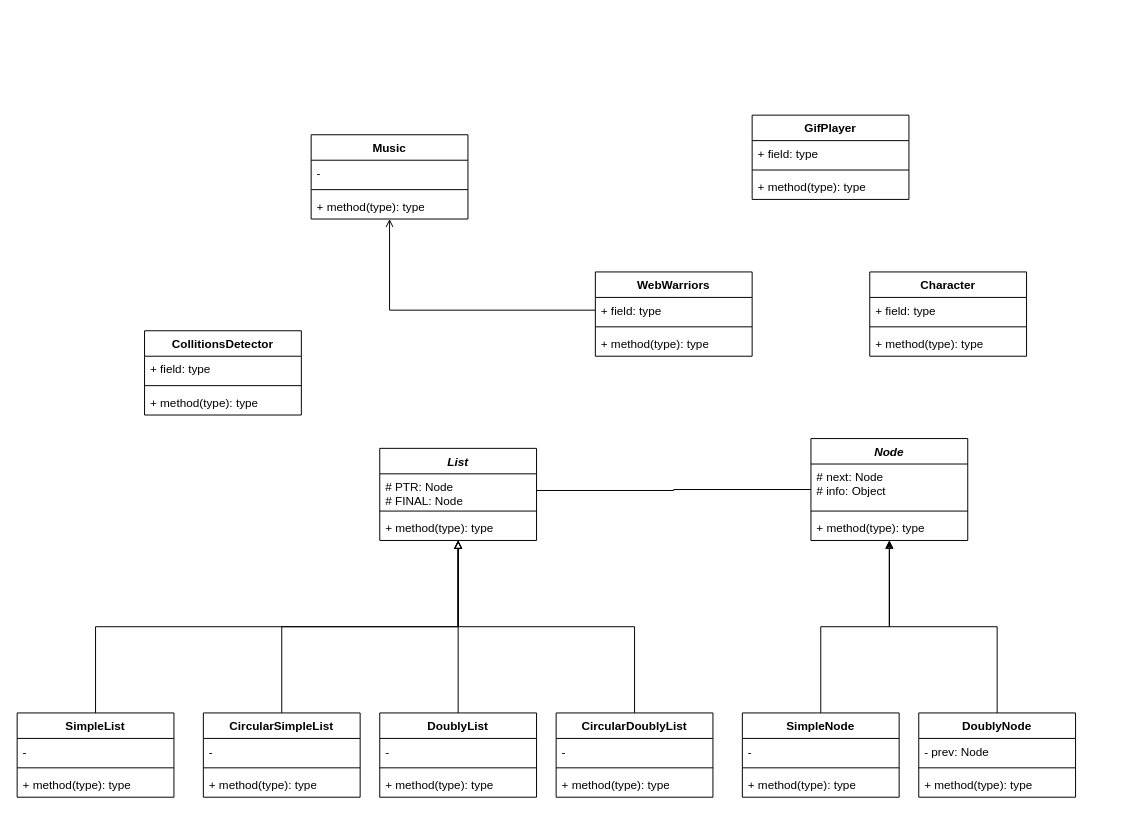
The draw.io diagram Web warriors.drawio in Ally2403/Web-Warriors, before the edit. Source tidied: cells renumbered, new cells numbered last; positions are measured from the earlier drawing's top-left corner, leaving out a move shared by most shapes. Both pictures are drawn from the tidied source at 98%, with x=0, y=0 at pixel (17, 115).
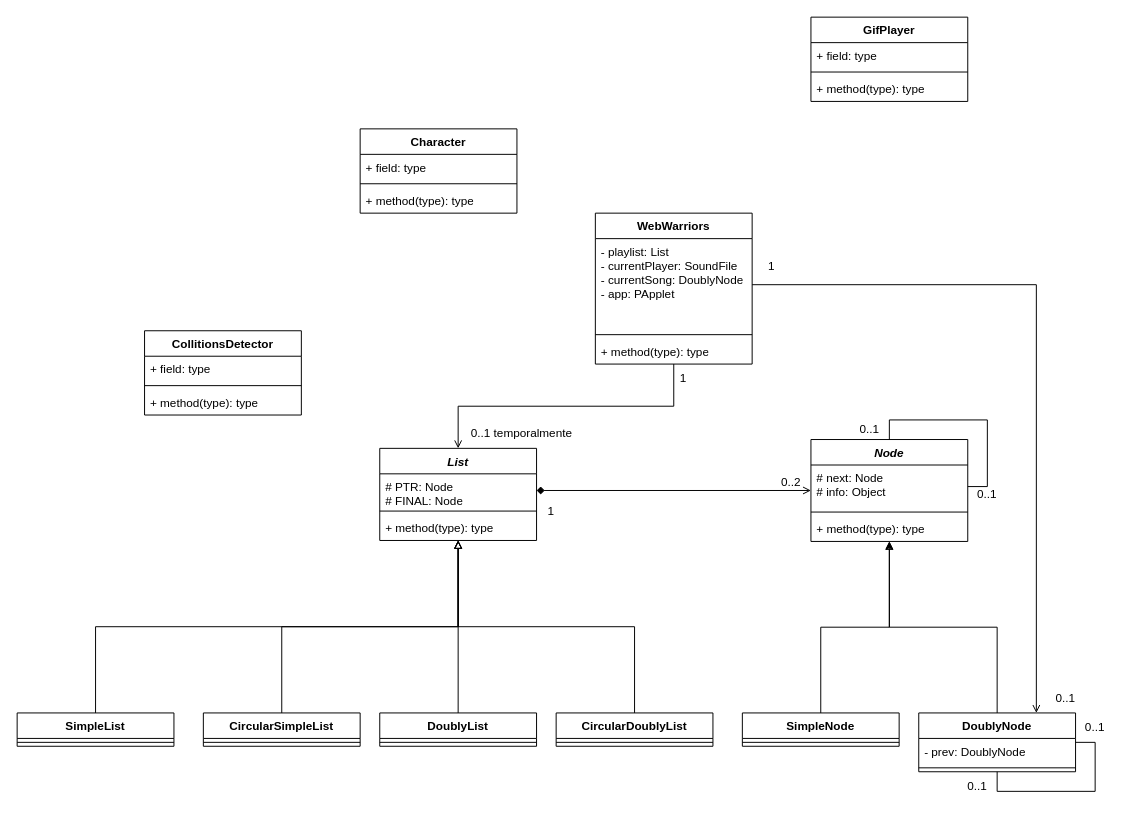
Above is the later version.

Unchanged cells that the change refers to:
```xml
<mxCell id="6" value="&lt;i&gt;List&lt;/i&gt;" style="swimlane;fontStyle=1;align=center;verticalAlign=top;horizontal=1;startSize=26;whiteSpace=wrap;html=1;" parent="1" vertex="1">
  <mxGeometry x="370" y="340" width="160" height="94" as="geometry" />
</mxCell>
<mxCell id="7" value="# PTR: Node&lt;div&gt;# FINAL: Node&lt;/div&gt;" style="text;strokeColor=none;fillColor=none;align=left;verticalAlign=top;spacingLeft=4;spacingRight=4;overflow=hidden;points=[[0,0.5],[1,0.5]];portConstraint=eastwest;whiteSpace=wrap;html=1;" parent="6" vertex="1">
  <mxGeometry y="26" width="160" height="34" as="geometry" />
</mxCell>
<mxCell id="21" value="# next: Node&lt;div&gt;# info: Object&lt;/div&gt;" style="text;strokeColor=none;fillColor=none;align=left;verticalAlign=top;spacingLeft=4;spacingRight=4;overflow=hidden;points=[[0,0.5],[1,0.5]];portConstraint=eastwest;whiteSpace=wrap;html=1;" parent="20" vertex="1">
  <mxGeometry y="26" width="160" height="44" as="geometry" />
</mxCell>
```

What changed in the source:
```diff
@@
     <mxCell id="2" value="WebWarriors" style="swimlane;fontStyle=1;align=center;verticalAlign=top;horizontal=1;startSize=26;whiteSpace=wrap;html=1;" parent="1" vertex="1">
-      <mxGeometry x="590" y="160" width="160" height="86" as="geometry" />
+      <mxGeometry x="590" y="100" width="160" height="154" as="geometry" />
     </mxCell>
-    <mxCell id="3" value="+ field: type" style="text;strokeColor=none;fillColor=none;align=left;verticalAlign=top;spacingLeft=4;spacingRight=4;overflow=hidden;points=[[0,0.5],[1,0.5]];portConstraint=eastwest;whiteSpace=wrap;html=1;" parent="2" vertex="1">
-      <mxGeometry y="26" width="160" height="26" as="geometry" />
+    <mxCell id="3" value="- playlist: List&lt;div&gt;- currentPlayer: SoundFile&lt;/div&gt;&lt;div&gt;- currentSong: DoublyNode&lt;/div&gt;&lt;div&gt;- app: PApplet&lt;/div&gt;" style="text;strokeColor=none;fillColor=none;align=left;verticalAlign=top;spacingLeft=4;spacingRight=4;overflow=hidden;points=[[0,0.5],[1,0.5]];portConstraint=eastwest;whiteSpace=wrap;html=1;" parent="2" vertex="1">
+      <mxGeometry y="26" width="160" height="94" as="geometry" />
     </mxCell>
     <mxCell id="4" style="line;strokeWidth=1;fillColor=none;align=left;verticalAlign=middle;spacingTop=-1;spacingLeft=3;spacingRight=3;labelPosition=right;strokeColor=inherit;" parent="2" vertex="1">
-      <mxGeometry y="52" width="160" height="8" as="geometry" />
+      <mxGeometry y="120" width="160" height="8" as="geometry" />
     </mxCell>
     <mxCell id="5" value="+ method(type): type" style="text;strokeColor=none;fillColor=none;align=left;verticalAlign=top;spacingLeft=4;spacingRight=4;overflow=hidden;whiteSpace=wrap;html=1;" parent="2" vertex="1">
-      <mxGeometry y="60" width="160" height="26" as="geometry" />
+      <mxGeometry y="128" width="160" height="26" as="geometry" />
     </mxCell>
+    <mxCell id="62" style="edgeStyle=orthogonalEdgeStyle;rounded=0;jettySize=auto;html=1;exitX=0.5;exitY=0;exitDx=0;exitDy=0;endArrow=none;endFill=0;startArrow=open;startFill=0;" parent="1" edge="1" source="6" target="2">
+      <mxGeometry relative="1" as="geometry" />
+    </mxCell>
@@
     <mxCell id="11" value="SimpleList" style="swimlane;fontStyle=1;align=center;verticalAlign=top;horizontal=1;startSize=26;whiteSpace=wrap;html=1;" parent="1" vertex="1">
-      <mxGeometry y="610" width="160" height="86" as="geometry" />
+      <mxGeometry y="610" width="160" height="34" as="geometry" />
     </mxCell>
-    <mxCell id="12" value="-" style="text;strokeColor=none;fillColor=none;align=left;verticalAlign=top;spacingLeft=4;spacingRight=4;overflow=hidden;whiteSpace=wrap;html=1;" parent="11" vertex="1">
-      <mxGeometry y="26" width="160" height="26" as="geometry" />
-    </mxCell>
     <mxCell id="13" style="line;strokeWidth=1;fillColor=none;align=left;verticalAlign=middle;spacingTop=-1;spacingLeft=3;spacingRight=3;labelPosition=right;strokeColor=inherit;" parent="11" vertex="1">
-      <mxGeometry y="52" width="160" height="8" as="geometry" />
+      <mxGeometry y="26" width="160" height="8" as="geometry" />
     </mxCell>
-    <mxCell id="14" value="+ method(type): type" style="text;strokeColor=none;fillColor=none;align=left;verticalAlign=top;spacingLeft=4;spacingRight=4;overflow=hidden;whiteSpace=wrap;html=1;" parent="11" vertex="1">
-      <mxGeometry y="60" width="160" height="26" as="geometry" />
-    </mxCell>
@@
     <mxCell id="16" value="CircularSimpleList" style="swimlane;fontStyle=1;align=center;verticalAlign=top;horizontal=1;startSize=26;whiteSpace=wrap;html=1;" parent="1" vertex="1">
-      <mxGeometry x="190" y="610" width="160" height="86" as="geometry" />
+      <mxGeometry x="190" y="610" width="160" height="34" as="geometry" />
     </mxCell>
-    <mxCell id="17" value="-" style="text;strokeColor=none;fillColor=none;align=left;verticalAlign=top;spacingLeft=4;spacingRight=4;overflow=hidden;whiteSpace=wrap;html=1;" parent="16" vertex="1">
-      <mxGeometry y="26" width="160" height="26" as="geometry" />
-    </mxCell>
     <mxCell id="18" style="line;strokeWidth=1;fillColor=none;align=left;verticalAlign=middle;spacingTop=-1;spacingLeft=3;spacingRight=3;labelPosition=right;strokeColor=inherit;" parent="16" vertex="1">
-      <mxGeometry y="52" width="160" height="8" as="geometry" />
+      <mxGeometry y="26" width="160" height="8" as="geometry" />
     </mxCell>
-    <mxCell id="19" value="+ method(type): type" style="text;strokeColor=none;fillColor=none;align=left;verticalAlign=top;spacingLeft=4;spacingRight=4;overflow=hidden;whiteSpace=wrap;html=1;" parent="16" vertex="1">
-      <mxGeometry y="60" width="160" height="26" as="geometry" />
-    </mxCell>
     <mxCell id="20" value="&lt;i&gt;Node&lt;/i&gt;" style="swimlane;fontStyle=1;align=center;verticalAlign=top;horizontal=1;startSize=26;whiteSpace=wrap;html=1;" parent="1" vertex="1">
-      <mxGeometry x="810" y="330" width="160" height="104" as="geometry" />
+      <mxGeometry x="810" y="331" width="160" height="104" as="geometry" />
     </mxCell>
@@
+    <mxCell id="63" style="edgeStyle=orthogonalEdgeStyle;rounded=0;jettySize=auto;html=1;exitX=0.5;exitY=0;exitDx=0;exitDy=0;entryX=1;entryY=0.5;entryDx=0;entryDy=0;endArrow=none;endFill=0;" parent="20" edge="1" source="20" target="21">
+      <mxGeometry relative="1" as="geometry">
+        <Array as="points">
+          <mxPoint x="80" y="-20" />
+          <mxPoint x="180" y="-20" />
+          <mxPoint x="180" y="48" />
+        </Array>
+      </mxGeometry>
+    </mxCell>
@@
     <mxCell id="25" value="SimpleNode" style="swimlane;fontStyle=1;align=center;verticalAlign=top;horizontal=1;startSize=26;whiteSpace=wrap;html=1;" parent="1" vertex="1">
-      <mxGeometry x="740" y="610" width="160" height="86" as="geometry" />
+      <mxGeometry x="740" y="610" width="160" height="34" as="geometry" />
     </mxCell>
-    <mxCell id="26" value="-" style="text;strokeColor=none;fillColor=none;align=left;verticalAlign=top;spacingLeft=4;spacingRight=4;overflow=hidden;whiteSpace=wrap;html=1;" parent="25" vertex="1">
-      <mxGeometry y="26" width="160" height="26" as="geometry" />
-    </mxCell>
     <mxCell id="27" style="line;strokeWidth=1;fillColor=none;align=left;verticalAlign=middle;spacingTop=-1;spacingLeft=3;spacingRight=3;labelPosition=right;strokeColor=inherit;" parent="25" vertex="1">
-      <mxGeometry y="52" width="160" height="8" as="geometry" />
+      <mxGeometry y="26" width="160" height="8" as="geometry" />
     </mxCell>
-    <mxCell id="28" value="+ method(type): type" style="text;strokeColor=none;fillColor=none;align=left;verticalAlign=top;spacingLeft=4;spacingRight=4;overflow=hidden;whiteSpace=wrap;html=1;" parent="25" vertex="1">
-      <mxGeometry y="60" width="160" height="26" as="geometry" />
-    </mxCell>
-    <mxCell id="29" style="edgeStyle=orthogonalEdgeStyle;rounded=0;jettySize=auto;html=1;exitX=1;exitY=0.5;exitDx=0;exitDy=0;endArrow=none;endFill=0;" parent="1" edge="1" source="7" target="20">
+    <mxCell id="29" style="edgeStyle=orthogonalEdgeStyle;rounded=0;jettySize=auto;html=1;exitX=1;exitY=0.5;exitDx=0;exitDy=0;endArrow=open;endFill=0;startArrow=diamond;startFill=1;" parent="1" edge="1" source="7" target="20">
       <mxGeometry relative="1" as="geometry" />
     </mxCell>
@@
     <mxCell id="31" value="DoublyNode" style="swimlane;fontStyle=1;align=center;verticalAlign=top;horizontal=1;startSize=26;whiteSpace=wrap;html=1;" parent="1" vertex="1">
-      <mxGeometry x="920" y="610" width="160" height="86" as="geometry" />
+      <mxGeometry x="920" y="610" width="160" height="60" as="geometry" />
     </mxCell>
-    <mxCell id="32" value="- prev: Node" style="text;strokeColor=none;fillColor=none;align=left;verticalAlign=top;spacingLeft=4;spacingRight=4;overflow=hidden;whiteSpace=wrap;html=1;" parent="31" vertex="1">
+    <mxCell id="32" value="- prev: DoublyNode" style="text;strokeColor=none;fillColor=none;align=left;verticalAlign=top;spacingLeft=4;spacingRight=4;overflow=hidden;whiteSpace=wrap;html=1;" parent="31" vertex="1">
       <mxGeometry y="26" width="160" height="26" as="geometry" />
     </mxCell>
@@
-    <mxCell id="34" value="+ method(type): type" style="text;strokeColor=none;fillColor=none;align=left;verticalAlign=top;spacingLeft=4;spacingRight=4;overflow=hidden;whiteSpace=wrap;html=1;" parent="31" vertex="1">
-      <mxGeometry y="60" width="160" height="26" as="geometry" />
-    </mxCell>
@@
     <mxCell id="36" value="DoublyList" style="swimlane;fontStyle=1;align=center;verticalAlign=top;horizontal=1;startSize=26;whiteSpace=wrap;html=1;" parent="1" vertex="1">
-      <mxGeometry x="370" y="610" width="160" height="86" as="geometry" />
+      <mxGeometry x="370" y="610" width="160" height="34" as="geometry" />
     </mxCell>
-    <mxCell id="37" value="-" style="text;strokeColor=none;fillColor=none;align=left;verticalAlign=top;spacingLeft=4;spacingRight=4;overflow=hidden;whiteSpace=wrap;html=1;" parent="36" vertex="1">
-      <mxGeometry y="26" width="160" height="26" as="geometry" />
-    </mxCell>
     <mxCell id="38" style="line;strokeWidth=1;fillColor=none;align=left;verticalAlign=middle;spacingTop=-1;spacingLeft=3;spacingRight=3;labelPosition=right;strokeColor=inherit;" parent="36" vertex="1">
-      <mxGeometry y="52" width="160" height="8" as="geometry" />
+      <mxGeometry y="26" width="160" height="8" as="geometry" />
     </mxCell>
-    <mxCell id="39" value="+ method(type): type" style="text;strokeColor=none;fillColor=none;align=left;verticalAlign=top;spacingLeft=4;spacingRight=4;overflow=hidden;whiteSpace=wrap;html=1;" parent="36" vertex="1">
-      <mxGeometry y="60" width="160" height="26" as="geometry" />
-    </mxCell>
@@
     <mxCell id="41" value="CircularDoublyList" style="swimlane;fontStyle=1;align=center;verticalAlign=top;horizontal=1;startSize=26;whiteSpace=wrap;html=1;" parent="1" vertex="1">
-      <mxGeometry x="550" y="610" width="160" height="86" as="geometry" />
+      <mxGeometry x="550" y="610" width="160" height="34" as="geometry" />
     </mxCell>
-    <mxCell id="42" value="-" style="text;strokeColor=none;fillColor=none;align=left;verticalAlign=top;spacingLeft=4;spacingRight=4;overflow=hidden;whiteSpace=wrap;html=1;" parent="41" vertex="1">
-      <mxGeometry y="26" width="160" height="26" as="geometry" />
-    </mxCell>
     <mxCell id="43" style="line;strokeWidth=1;fillColor=none;align=left;verticalAlign=middle;spacingTop=-1;spacingLeft=3;spacingRight=3;labelPosition=right;strokeColor=inherit;" parent="41" vertex="1">
-      <mxGeometry y="52" width="160" height="8" as="geometry" />
+      <mxGeometry y="26" width="160" height="8" as="geometry" />
     </mxCell>
-    <mxCell id="44" value="+ method(type): type" style="text;strokeColor=none;fillColor=none;align=left;verticalAlign=top;spacingLeft=4;spacingRight=4;overflow=hidden;whiteSpace=wrap;html=1;" parent="41" vertex="1">
-      <mxGeometry y="60" width="160" height="26" as="geometry" />
-    </mxCell>
-    <mxCell id="45" value="Music" style="swimlane;fontStyle=1;align=center;verticalAlign=top;horizontal=1;startSize=26;whiteSpace=wrap;html=1;" parent="1" vertex="1">
-      <mxGeometry x="300" y="20" width="160" height="86" as="geometry" />
-    </mxCell>
-    <mxCell id="46" value="-" style="text;strokeColor=none;fillColor=none;align=left;verticalAlign=top;spacingLeft=4;spacingRight=4;overflow=hidden;whiteSpace=wrap;html=1;" parent="45" vertex="1">
-      <mxGeometry y="26" width="160" height="26" as="geometry" />
-    </mxCell>
-    <mxCell id="47" style="line;strokeWidth=1;fillColor=none;align=left;verticalAlign=middle;spacingTop=-1;spacingLeft=3;spacingRight=3;labelPosition=right;strokeColor=inherit;" parent="45" vertex="1">
-      <mxGeometry y="52" width="160" height="8" as="geometry" />
-    </mxCell>
-    <mxCell id="48" value="+ method(type): type" style="text;strokeColor=none;fillColor=none;align=left;verticalAlign=top;spacingLeft=4;spacingRight=4;overflow=hidden;whiteSpace=wrap;html=1;" parent="45" vertex="1">
-      <mxGeometry y="60" width="160" height="26" as="geometry" />
-    </mxCell>
-    <mxCell id="49" style="edgeStyle=orthogonalEdgeStyle;rounded=0;jettySize=auto;html=1;exitX=0;exitY=0.5;exitDx=0;exitDy=0;endArrow=open;endFill=0;" parent="1" edge="1" source="3" target="45">
-      <mxGeometry relative="1" as="geometry" />
-    </mxCell>
     <mxCell id="50" value="Character" style="swimlane;fontStyle=1;align=center;verticalAlign=top;horizontal=1;startSize=26;whiteSpace=wrap;html=1;" parent="1" vertex="1">
-      <mxGeometry x="870" y="160" width="160" height="86" as="geometry" />
+      <mxGeometry x="350" y="14" width="160" height="86" as="geometry" />
     </mxCell>
@@
     <mxCell id="54" value="GifPlayer" style="swimlane;fontStyle=1;align=center;verticalAlign=top;horizontal=1;startSize=26;whiteSpace=wrap;html=1;" parent="1" vertex="1">
-      <mxGeometry x="750" width="160" height="86" as="geometry" />
+      <mxGeometry x="810" y="-100" width="160" height="86" as="geometry" />
     </mxCell>
@@
+    <mxCell id="64" value="0..2" style="text;html=1;align=center;verticalAlign=middle;whiteSpace=wrap;rounded=0;" parent="1" vertex="1">
+      <mxGeometry x="760" y="360" width="60" height="30" as="geometry" />
+    </mxCell>
+    <mxCell id="65" value="1" style="text;html=1;align=center;verticalAlign=middle;whiteSpace=wrap;rounded=0;" parent="1" vertex="1">
+      <mxGeometry x="515" y="390" width="60" height="30" as="geometry" />
+    </mxCell>
+    <mxCell id="66" value="0..1" style="text;html=1;align=center;verticalAlign=middle;whiteSpace=wrap;rounded=0;" parent="1" vertex="1">
+      <mxGeometry x="840" y="306" width="60" height="30" as="geometry" />
+    </mxCell>
+    <mxCell id="67" value="0..1" style="text;html=1;align=center;verticalAlign=middle;whiteSpace=wrap;rounded=0;" parent="1" vertex="1">
+      <mxGeometry x="960" y="372" width="60" height="30" as="geometry" />
+    </mxCell>
+    <mxCell id="68" style="edgeStyle=orthogonalEdgeStyle;rounded=0;orthogonalLoop=1;jettySize=auto;html=1;exitX=0.5;exitY=1;exitDx=0;exitDy=0;entryX=1;entryY=0.5;entryDx=0;entryDy=0;endArrow=none;endFill=0;" parent="1" edge="1" source="31" target="31">
+      <mxGeometry relative="1" as="geometry" />
+    </mxCell>
+    <mxCell id="69" value="0..1" style="text;html=1;align=center;verticalAlign=middle;whiteSpace=wrap;rounded=0;" parent="1" vertex="1">
+      <mxGeometry x="1070" y="610" width="60" height="30" as="geometry" />
+    </mxCell>
+    <mxCell id="70" value="0..1" style="text;html=1;align=center;verticalAlign=middle;whiteSpace=wrap;rounded=0;" parent="1" vertex="1">
+      <mxGeometry x="950" y="670" width="60" height="30" as="geometry" />
+    </mxCell>
+    <mxCell id="71" style="edgeStyle=orthogonalEdgeStyle;rounded=0;jettySize=auto;html=1;exitX=1;exitY=0.5;exitDx=0;exitDy=0;entryX=0.75;entryY=0;entryDx=0;entryDy=0;endArrow=open;endFill=0;" parent="1" edge="1" source="3" target="31">
+      <mxGeometry relative="1" as="geometry" />
+    </mxCell>
+    <mxCell id="72" value="1" style="text;html=1;align=center;verticalAlign=middle;whiteSpace=wrap;rounded=0;" parent="1" vertex="1">
+      <mxGeometry x="740" y="140" width="60" height="30" as="geometry" />
+    </mxCell>
+    <mxCell id="73" value="0..1" style="text;html=1;align=center;verticalAlign=middle;whiteSpace=wrap;rounded=0;" parent="1" vertex="1">
+      <mxGeometry x="1040" y="580" width="60" height="30" as="geometry" />
+    </mxCell>
+    <mxCell id="74" value="1" style="text;html=1;align=center;verticalAlign=middle;whiteSpace=wrap;rounded=0;" parent="1" vertex="1">
+      <mxGeometry x="650" y="254" width="60" height="30" as="geometry" />
+    </mxCell>
+    <mxCell id="75" value="0..1 temporalmente" style="text;html=1;align=center;verticalAlign=middle;whiteSpace=wrap;rounded=0;" parent="1" vertex="1">
+      <mxGeometry x="450" y="310" width="130" height="30" as="geometry" />
+    </mxCell>
```
